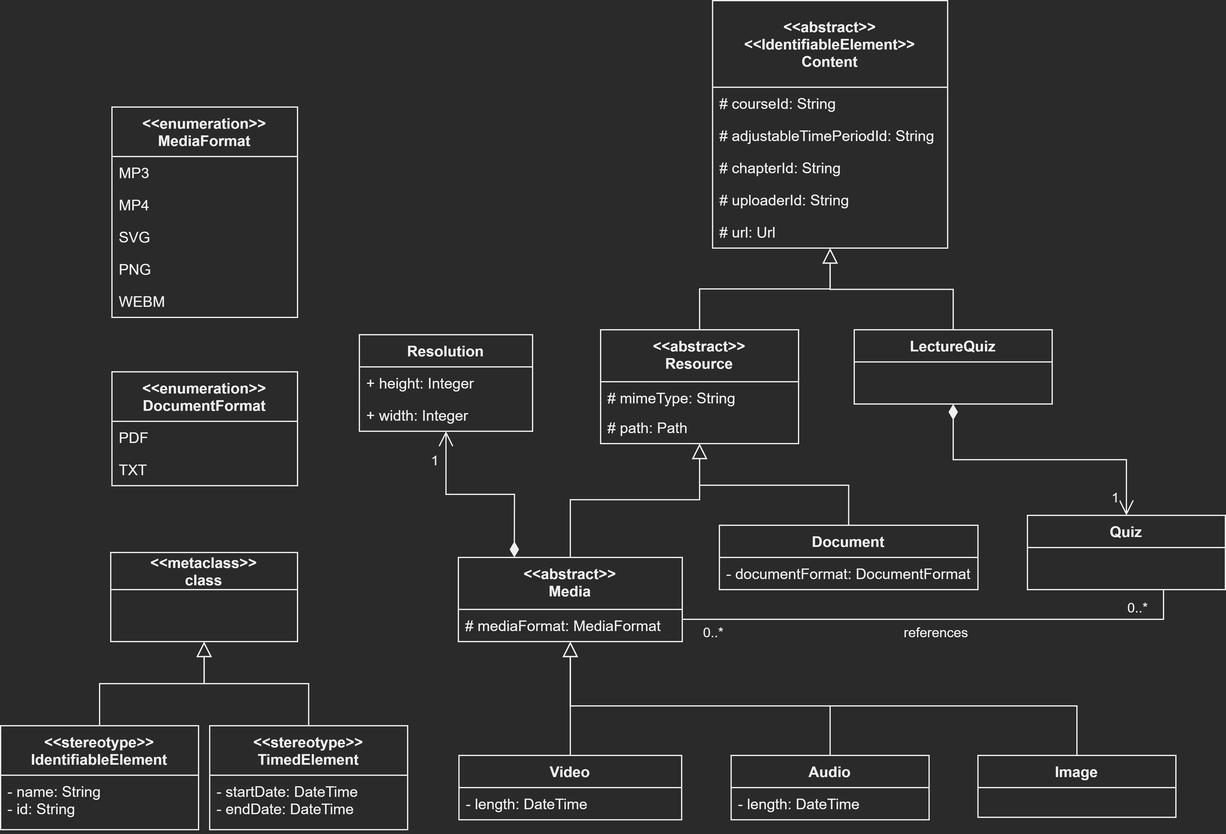
Earlier version of the draw.io export wiki/Images/Architecture/Content-Model.png (IT-REX-Platform/Wiki-EnPro-WS2020). Source tidied: cells renumbered, new cells last; positions are measured from the earlier drawing's top-left corner, leaving out a move shared by most shapes.
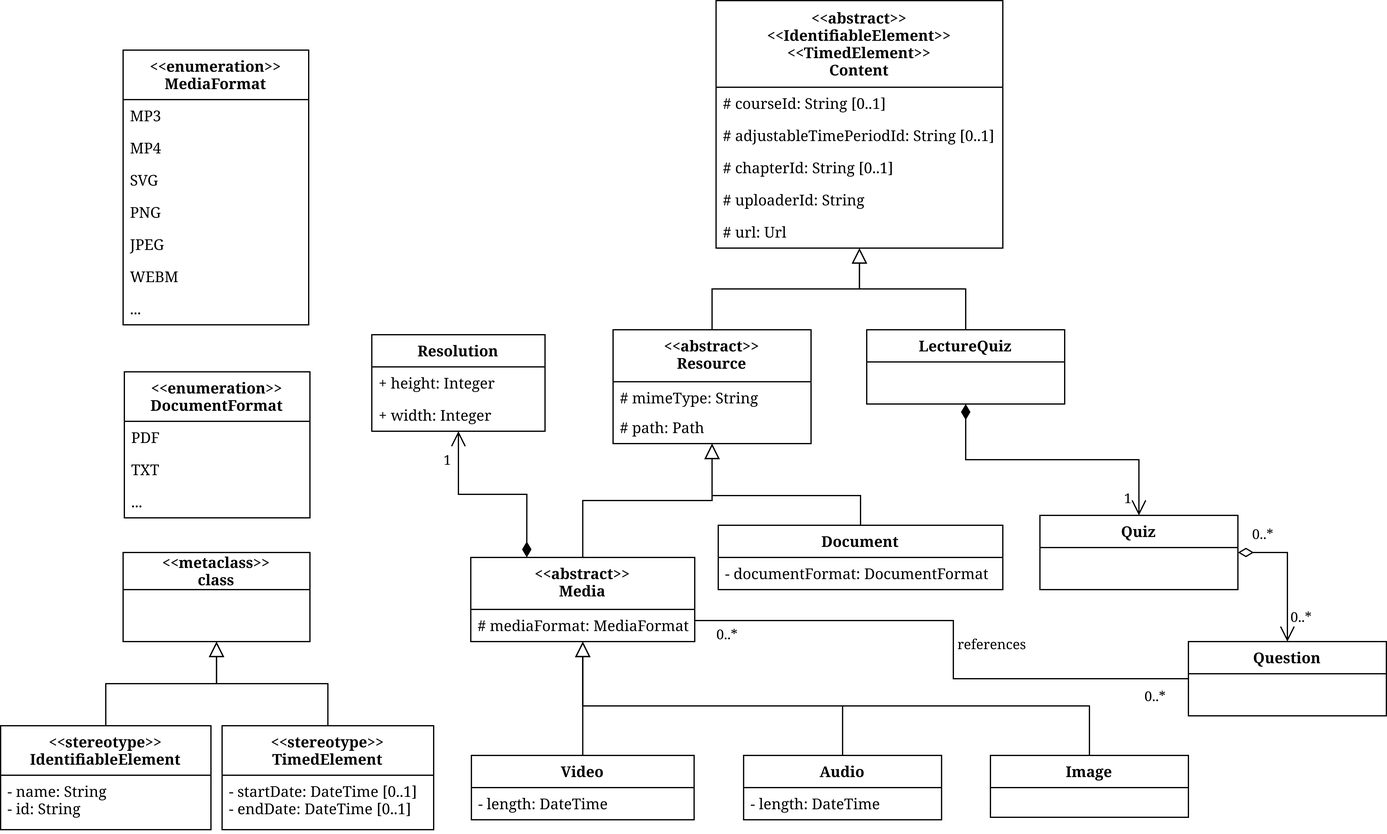
After the commit.

Commit message:
Made attributes optional

Change to the diagram source:
```diff
@@ -28,10 +28,10 @@
       <mxGeometry y="42" width="181" height="26" as="geometry" />
     </mxCell>
     <mxCell id="7" value="Document" style="swimlane;fontStyle=1;align=center;verticalAlign=top;horizontal=1;startSize=26;" parent="1" vertex="1">
-      <mxGeometry x="581" y="424" width="209" height="52" as="geometry" />
+      <mxGeometry x="570" y="424" width="230" height="52" as="geometry" />
     </mxCell>
     <mxCell id="8" value="- documentFormat: DocumentFormat" style="text;strokeColor=none;fillColor=none;align=left;verticalAlign=top;spacingLeft=4;spacingRight=4;overflow=hidden;" parent="7" vertex="1">
-      <mxGeometry y="26" width="209" height="26" as="geometry" />
+      <mxGeometry y="26" width="230" height="26" as="geometry" />
     </mxCell>
     <mxCell id="9" style="edgeStyle=orthogonalEdgeStyle;rounded=0;jettySize=auto;html=1;entryX=0.5;entryY=0;entryDx=0;entryDy=0;startArrow=diamondThin;startFill=1;startSize=10;endArrow=open;endFill=0;endSize=10;" parent="1" edge="1" source="11" target="50">
       <mxGeometry relative="1" as="geometry" />
@@ -57,28 +57,32 @@
       <mxGeometry relative="1" as="geometry" />
     </mxCell>
     <mxCell id="16" style="endArrow=block;endSize=10;endFill=0;shadow=0;strokeWidth=1;rounded=0;edgeStyle=elbowEdgeStyle;elbow=vertical;exitX=0.5;exitY=0;exitDx=0;exitDy=0;entryX=0.5;entryY=1;entryDx=0;entryDy=0;" parent="1" edge="1" source="7" target="25">
-      <mxGeometry relative="1" as="geometry" />
+      <mxGeometry relative="1" as="geometry">
+        <Array as="points">
+          <mxPoint x="620" y="400" />
+        </Array>
+      </mxGeometry>
     </mxCell>
     <mxCell id="17" style="endArrow=block;endSize=10;endFill=0;shadow=0;strokeWidth=1;rounded=0;edgeStyle=elbowEdgeStyle;elbow=vertical;exitX=0.5;exitY=0;exitDx=0;exitDy=0;entryX=0.5;entryY=1;entryDx=0;entryDy=0;" parent="1" edge="1" source="11" target="18">
       <mxGeometry relative="1" as="geometry" />
     </mxCell>
-    <mxCell id="18" value="&lt;&lt;abstract&gt;&gt;&#10;&lt;&lt;IdentifiableElement&gt;&gt;&#10;Content" style="swimlane;fontStyle=1;horizontal=1;startSize=70;fillColor=none;" parent="1" vertex="1">
-      <mxGeometry x="575.5" width="190" height="200" as="geometry" />
+    <mxCell id="18" value="&lt;&lt;abstract&gt;&gt;&#10;&lt;&lt;IdentifiableElement&gt;&gt;&#10;&lt;&lt;TimedElement&gt;&gt;&#10;Content" style="swimlane;fontStyle=1;horizontal=1;startSize=70;fillColor=none;" parent="1" vertex="1">
+      <mxGeometry x="568.2" width="231.8" height="200" as="geometry" />
     </mxCell>
-    <mxCell id="19" value="# courseId: String" style="text;strokeColor=none;fillColor=none;align=left;verticalAlign=top;spacingLeft=4;spacingRight=4;overflow=hidden;" parent="18" vertex="1">
-      <mxGeometry y="70" width="190" height="26" as="geometry" />
+    <mxCell id="19" value="# courseId: String [0..1]" style="text;strokeColor=none;fillColor=none;align=left;verticalAlign=top;spacingLeft=4;spacingRight=4;overflow=hidden;" parent="18" vertex="1">
+      <mxGeometry y="70" width="231.8" height="26" as="geometry" />
     </mxCell>
-    <mxCell id="20" value="# adjustableTimePeriodId: String" style="text;strokeColor=none;fillColor=none;align=left;verticalAlign=top;spacingLeft=4;spacingRight=4;overflow=hidden;fontStyle=0;" parent="18" vertex="1">
-      <mxGeometry y="96" width="190" height="26" as="geometry" />
+    <mxCell id="20" value="# adjustableTimePeriodId: String [0..1]" style="text;strokeColor=none;fillColor=none;align=left;verticalAlign=top;spacingLeft=4;spacingRight=4;overflow=hidden;fontStyle=0;" parent="18" vertex="1">
+      <mxGeometry y="96" width="231.8" height="26" as="geometry" />
     </mxCell>
-    <mxCell id="21" value="# chapterId: String" style="text;strokeColor=none;fillColor=none;align=left;verticalAlign=top;spacingLeft=4;spacingRight=4;overflow=hidden;" parent="18" vertex="1">
-      <mxGeometry y="122" width="190" height="26" as="geometry" />
+    <mxCell id="21" value="# chapterId: String [0..1]" style="text;strokeColor=none;fillColor=none;align=left;verticalAlign=top;spacingLeft=4;spacingRight=4;overflow=hidden;" parent="18" vertex="1">
+      <mxGeometry y="122" width="231.8" height="26" as="geometry" />
     </mxCell>
     <mxCell id="22" value="# uploaderId: String" style="text;strokeColor=none;fillColor=none;align=left;verticalAlign=top;spacingLeft=4;spacingRight=4;overflow=hidden;" parent="18" vertex="1">
-      <mxGeometry y="148" width="190" height="26" as="geometry" />
+      <mxGeometry y="148" width="231.8" height="26" as="geometry" />
     </mxCell>
     <mxCell id="23" value="# url: Url" style="text;strokeColor=none;fillColor=none;align=left;verticalAlign=top;spacingLeft=4;spacingRight=4;overflow=hidden;" parent="18" vertex="1">
-      <mxGeometry y="174" width="190" height="26" as="geometry" />
+      <mxGeometry y="174" width="231.8" height="26" as="geometry" />
     </mxCell>
     <mxCell id="24" style="edgeStyle=orthogonalEdgeStyle;rounded=0;jettySize=auto;html=1;exitX=0.5;exitY=0;exitDx=0;exitDy=0;entryX=0.5;entryY=1;entryDx=0;entryDy=0;endArrow=block;endFill=0;endSize=10;" parent="1" edge="1" source="25" target="18">
       <mxGeometry relative="1" as="geometry" />
@@ -93,7 +97,7 @@
       <mxGeometry y="66" width="160" height="26" as="geometry" />
     </mxCell>
     <mxCell id="28" value="&lt;&lt;enumeration&gt;&gt;&#10;MediaFormat" style="swimlane;fontStyle=1;horizontal=1;startSize=40;fillColor=none;" parent="1" vertex="1">
-      <mxGeometry x="90" y="86" width="150" height="170" as="geometry" />
+      <mxGeometry x="89" y="40" width="150" height="222" as="geometry" />
     </mxCell>
     <mxCell id="29" value="MP3" style="text;strokeColor=none;fillColor=none;align=left;verticalAlign=top;spacingLeft=4;spacingRight=4;overflow=hidden;" parent="28" vertex="1">
       <mxGeometry y="40" width="150" height="26" as="geometry" />
@@ -107,11 +111,17 @@
     <mxCell id="32" value="PNG" style="text;strokeColor=none;fillColor=none;align=left;verticalAlign=top;spacingLeft=4;spacingRight=4;overflow=hidden;" parent="28" vertex="1">
       <mxGeometry y="118" width="150" height="26" as="geometry" />
     </mxCell>
+    <mxCell id="56" value="JPEG" style="text;strokeColor=none;fillColor=none;align=left;verticalAlign=top;spacingLeft=4;spacingRight=4;overflow=hidden;" parent="28" vertex="1">
+      <mxGeometry y="144" width="150" height="26" as="geometry" />
+    </mxCell>
     <mxCell id="33" value="WEBM" style="text;strokeColor=none;fillColor=none;align=left;verticalAlign=top;spacingLeft=4;spacingRight=4;overflow=hidden;" parent="28" vertex="1">
-      <mxGeometry y="144" width="150" height="26" as="geometry" />
+      <mxGeometry y="170" width="150" height="26" as="geometry" />
     </mxCell>
+    <mxCell id="57" value="..." style="text;strokeColor=none;fillColor=none;align=left;verticalAlign=top;spacingLeft=4;spacingRight=4;overflow=hidden;" parent="28" vertex="1">
+      <mxGeometry y="196" width="150" height="26" as="geometry" />
+    </mxCell>
     <mxCell id="34" value="&lt;&lt;enumeration&gt;&gt;&#10;DocumentFormat" style="swimlane;fontStyle=1;horizontal=1;startSize=40;fillColor=none;" parent="1" vertex="1">
-      <mxGeometry x="90" y="300" width="150" height="92" as="geometry" />
+      <mxGeometry x="90" y="300" width="150" height="118" as="geometry" />
     </mxCell>
     <mxCell id="35" value="PDF" style="text;strokeColor=none;fillColor=none;align=left;verticalAlign=top;spacingLeft=4;spacingRight=4;overflow=hidden;" parent="34" vertex="1">
       <mxGeometry y="40" width="150" height="26" as="geometry" />
@@ -119,6 +129,9 @@
     <mxCell id="36" value="TXT" style="text;strokeColor=none;fillColor=none;align=left;verticalAlign=top;spacingLeft=4;spacingRight=4;overflow=hidden;" parent="34" vertex="1">
       <mxGeometry y="66" width="150" height="26" as="geometry" />
     </mxCell>
+    <mxCell id="58" value="..." style="text;strokeColor=none;fillColor=none;align=left;verticalAlign=top;spacingLeft=4;spacingRight=4;overflow=hidden;" parent="34" vertex="1">
+      <mxGeometry y="92" width="150" height="26" as="geometry" />
+    </mxCell>
     <mxCell id="37" style="edgeStyle=orthogonalEdgeStyle;rounded=0;jettySize=auto;html=1;entryX=0.5;entryY=0;entryDx=0;entryDy=0;startArrow=block;startFill=0;startSize=10;endArrow=none;endFill=0;endSize=10;" parent="1" edge="1" source="39" target="40">
       <mxGeometry relative="1" as="geometry" />
     </mxCell>
@@ -129,16 +142,16 @@
       <mxGeometry x="89" y="446" width="151" height="72" as="geometry" />
     </mxCell>
     <mxCell id="40" value="&lt;&lt;stereotype&gt;&gt;&#10;IdentifiableElement" style="swimlane;fontStyle=1;align=center;verticalAlign=top;horizontal=1;startSize=40;" parent="1" vertex="1">
-      <mxGeometry y="586" width="160" height="84" as="geometry" />
+      <mxGeometry x="-10" y="586" width="170" height="84" as="geometry" />
     </mxCell>
     <mxCell id="41" value="- name: String&#10;- id: String" style="text;strokeColor=none;fillColor=none;align=left;verticalAlign=top;spacingLeft=4;spacingRight=4;overflow=hidden;" parent="40" vertex="1">
-      <mxGeometry y="40" width="160" height="44" as="geometry" />
+      <mxGeometry y="40" width="170" height="44" as="geometry" />
     </mxCell>
     <mxCell id="42" value="&lt;&lt;stereotype&gt;&gt;&#10;TimedElement" style="swimlane;fontStyle=1;align=center;verticalAlign=top;horizontal=1;startSize=40;" parent="1" vertex="1">
-      <mxGeometry x="169" y="586" width="160" height="84" as="geometry" />
+      <mxGeometry x="169" y="586" width="171" height="84" as="geometry" />
     </mxCell>
-    <mxCell id="43" value="- startDate: DateTime&#10;- endDate: DateTime " style="text;strokeColor=none;fillColor=none;align=left;verticalAlign=top;spacingLeft=4;spacingRight=4;overflow=hidden;" parent="42" vertex="1">
-      <mxGeometry y="40" width="160" height="44" as="geometry" />
+    <mxCell id="43" value="- startDate: DateTime [0..1]&#10;- endDate: DateTime [0..1]" style="text;strokeColor=none;fillColor=none;align=left;verticalAlign=top;spacingLeft=4;spacingRight=4;overflow=hidden;" parent="42" vertex="1">
+      <mxGeometry y="40" width="171" height="44" as="geometry" />
     </mxCell>
     <mxCell id="44" value="Audio" style="swimlane;fontStyle=1;align=center;verticalAlign=top;horizontal=1;startSize=26;" parent="1" vertex="1">
       <mxGeometry x="590.5" y="610" width="160" height="52" as="geometry" />
@@ -146,11 +159,11 @@
     <mxCell id="45" value="- length: DateTime" style="text;strokeColor=none;fillColor=none;align=left;verticalAlign=top;spacingLeft=4;spacingRight=4;overflow=hidden;" parent="44" vertex="1">
       <mxGeometry y="26" width="160" height="26" as="geometry" />
     </mxCell>
-    <mxCell id="46" style="edgeStyle=orthogonalEdgeStyle;rounded=0;jettySize=auto;html=1;exitX=0.5;exitY=1;exitDx=0;exitDy=0;startArrow=none;startFill=0;startSize=10;endArrow=none;endFill=0;endSize=10;entryX=1;entryY=0.75;entryDx=0;entryDy=0;" parent="1" edge="1" source="50" target="5">
+    <mxCell id="46" style="edgeStyle=orthogonalEdgeStyle;rounded=0;jettySize=auto;html=1;exitX=0;exitY=0.5;exitDx=0;exitDy=0;startArrow=none;startFill=0;startSize=10;endArrow=none;endFill=0;endSize=10;entryX=1;entryY=0.75;entryDx=0;entryDy=0;" parent="1" edge="1" source="62" target="5">
       <mxGeometry relative="1" as="geometry">
         <Array as="points">
-          <mxPoint x="940" y="500" />
-          <mxPoint x="551" y="500" />
+          <mxPoint x="760" y="548" />
+          <mxPoint x="760" y="501" />
         </Array>
       </mxGeometry>
     </mxCell>
@@ -166,9 +179,22 @@
     </mxCell>
     <mxCell id="49" value="references" style="edgeLabel;html=1;align=center;verticalAlign=middle;" parent="46" vertex="1">
       <mxGeometry x="0.12" y="2" relative="1" as="geometry">
-        <mxPoint x="11.2" y="8" as="offset" />
+        <mxPoint x="44.1" y="17" as="offset" />
       </mxGeometry>
     </mxCell>
+    <mxCell id="59" style="edgeStyle=orthogonalEdgeStyle;rounded=0;jettySize=auto;html=1;exitX=1;exitY=0.5;exitDx=0;exitDy=0;entryX=0.5;entryY=0;entryDx=0;entryDy=0;startArrow=diamondThin;startFill=0;endArrow=open;endFill=0;startSize=10;endSize=10;" parent="1" edge="1" source="50" target="62">
+      <mxGeometry relative="1" as="geometry" />
+    </mxCell>
+    <mxCell id="60" value="0..*" style="edgeLabel;html=1;align=center;verticalAlign=middle;" parent="59" vertex="1">
+      <mxGeometry x="0.62" y="-2" relative="1" as="geometry">
+        <mxPoint x="12" as="offset" />
+      </mxGeometry>
+    </mxCell>
+    <mxCell id="61" value="0..*" style="edgeLabel;html=1;align=center;verticalAlign=middle;" parent="59" vertex="1">
+      <mxGeometry x="-0.56" y="-2" relative="1" as="geometry">
+        <mxPoint x="-4.3" y="-18" as="offset" />
+      </mxGeometry>
+    </mxCell>
     <mxCell id="50" value="Quiz" style="swimlane;fontStyle=1;align=center;verticalAlign=top;horizontal=1;startSize=26;" parent="1" vertex="1">
       <mxGeometry x="830" y="416" width="160" height="60" as="geometry" />
     </mxCell>
@@ -189,5 +215,8 @@
     <mxCell id="55" value="+ width: Integer" style="text;strokeColor=none;fillColor=none;align=left;verticalAlign=top;spacingLeft=4;spacingRight=4;overflow=hidden;" parent="53" vertex="1">
       <mxGeometry y="52" width="140" height="26" as="geometry" />
     </mxCell>
+    <mxCell id="62" value="Question" style="swimlane;fontStyle=1;align=center;verticalAlign=top;horizontal=1;startSize=26;" parent="1" vertex="1">
+      <mxGeometry x="950" y="518" width="160" height="60" as="geometry" />
+    </mxCell>
   </root>
 </mxGraphModel>
```
